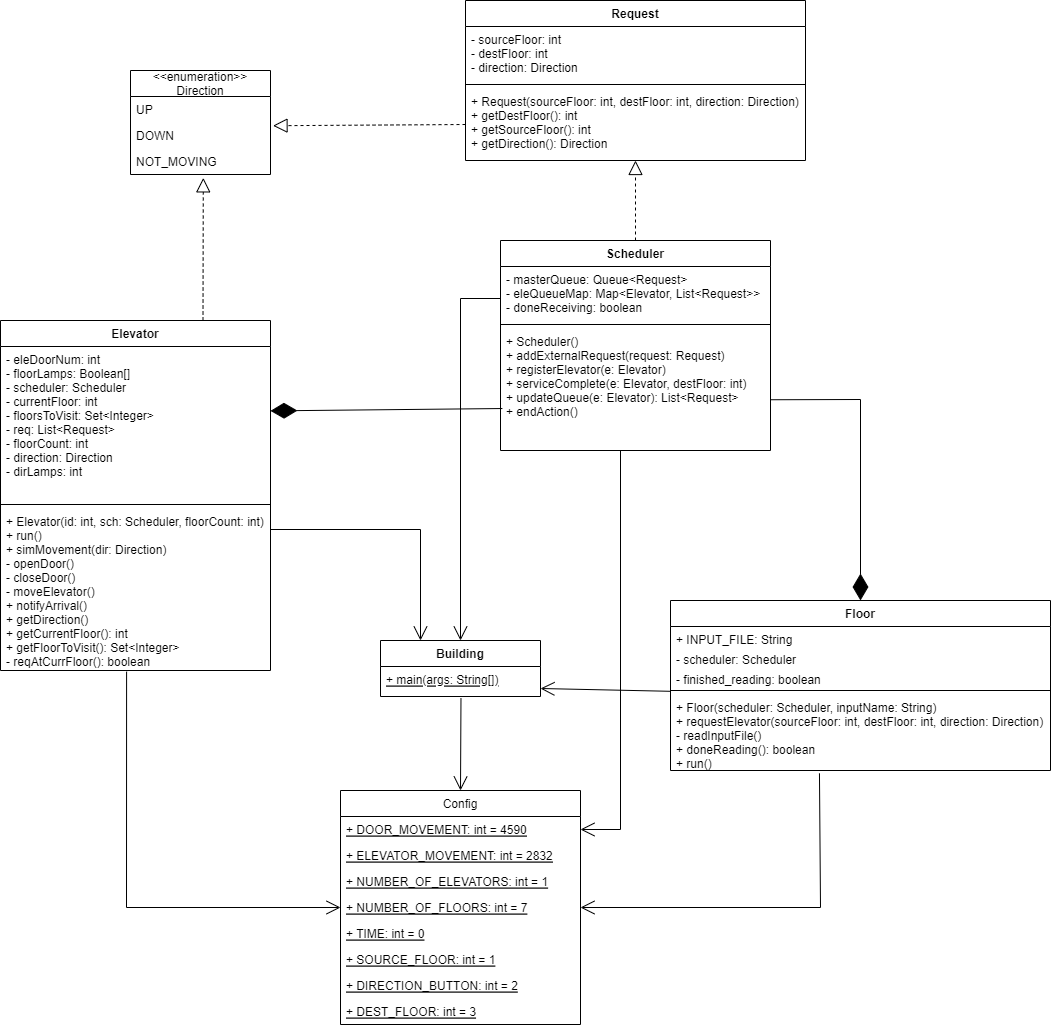
anthyang/SYSC3303A_Win22_Project keeps this draw.io diagram as Iteration_2/iteration2's UML.drawio.png. Above is the earlier version. Source tidied: cells renumbered, new cells last; positions are measured from the earlier drawing's top-left corner, leaving out a move shared by most shapes. Its diagram source:
```xml
<mxGraphModel>
  <root>
    <mxCell id="0" />
    <mxCell id="1" parent="0" />
    <mxCell id="2" value="Elevator" style="swimlane;fontStyle=1;align=center;verticalAlign=top;horizontal=1;startSize=26;" parent="1" vertex="1">
      <mxGeometry y="320" width="270" height="350" as="geometry" />
    </mxCell>
    <mxCell id="3" value="- eleDoorNum: int&#10;- floorLamps: Boolean[]&#10;- scheduler: Scheduler&#10;- currentFloor: int&#10;- floorsToVisit: Set&lt;Integer&gt;&#10;- req: List&lt;Request&gt;&#10;- floorCount: int&#10;- direction: Direction&#10;- dirLamps: int" style="text;strokeColor=none;fillColor=none;align=left;verticalAlign=top;spacingLeft=4;spacingRight=4;overflow=hidden;points=[[0,0.5],[1,0.5]];portConstraint=eastwest;" parent="2" vertex="1">
      <mxGeometry y="26" width="270" height="154" as="geometry" />
    </mxCell>
    <mxCell id="4" style="line;strokeWidth=1;fillColor=none;align=left;verticalAlign=middle;spacingTop=-1;spacingLeft=3;spacingRight=3;labelPosition=right;" parent="2" vertex="1">
      <mxGeometry y="180" width="270" height="8" as="geometry" />
    </mxCell>
    <mxCell id="5" value="+ Elevator(id: int, sch: Scheduler, floorCount: int)&#10;+ run()&#10;+ simMovement(dir: Direction)&#10;- openDoor()&#10;- closeDoor()&#10;- moveElevator()&#10;+ notifyArrival()&#10;+ getDirection()&#10;+ getCurrentFloor(): int&#10;+ getFloorToVisit(): Set&lt;Integer&gt;&#10;- reqAtCurrFloor(): boolean" style="text;strokeColor=none;fillColor=none;align=left;verticalAlign=top;spacingLeft=4;spacingRight=4;overflow=hidden;points=[[0,0.5],[1,0.5]];portConstraint=eastwest;" parent="2" vertex="1">
      <mxGeometry y="188" width="270" height="162" as="geometry" />
    </mxCell>
    <mxCell id="6" value="Floor" style="swimlane;fontStyle=1;align=center;verticalAlign=top;horizontal=1;startSize=26;" parent="1" vertex="1">
      <mxGeometry x="670" y="600" width="380" height="170" as="geometry" />
    </mxCell>
    <mxCell id="7" value="+ INPUT_FILE: String&#10;" style="text;strokeColor=none;fillColor=none;align=left;verticalAlign=top;spacingLeft=4;spacingRight=4;overflow=hidden;fontStyle=0;" parent="6" vertex="1">
      <mxGeometry y="26" width="380" height="20" as="geometry" />
    </mxCell>
    <mxCell id="8" value="- scheduler: Scheduler" style="text;strokeColor=none;fillColor=none;align=left;verticalAlign=top;spacingLeft=4;spacingRight=4;overflow=hidden;fontStyle=0;" parent="6" vertex="1">
      <mxGeometry y="46" width="380" height="20" as="geometry" />
    </mxCell>
    <mxCell id="9" value="- finished_reading: boolean" style="text;strokeColor=none;fillColor=none;align=left;verticalAlign=top;spacingLeft=4;spacingRight=4;overflow=hidden;fontStyle=0;" parent="6" vertex="1">
      <mxGeometry y="66" width="380" height="20" as="geometry" />
    </mxCell>
    <mxCell id="10" style="line;strokeWidth=1;fillColor=none;align=left;verticalAlign=middle;spacingTop=-1;spacingLeft=3;spacingRight=3;labelPosition=right;points=[];portConstraint=eastwest;" parent="6" vertex="1">
      <mxGeometry y="86" width="380" height="8" as="geometry" />
    </mxCell>
    <mxCell id="11" value="+ Floor(scheduler: Scheduler, inputName: String)&#10;+ requestElevator(sourceFloor: int, destFloor: int, direction: Direction)&#10;- readInputFile()&#10;+ doneReading(): boolean&#10;+ run()" style="text;strokeColor=none;fillColor=none;align=left;verticalAlign=top;spacingLeft=4;spacingRight=4;overflow=hidden;points=[[0,0.5],[1,0.5]];portConstraint=eastwest;" parent="6" vertex="1">
      <mxGeometry y="94" width="380" height="76" as="geometry" />
    </mxCell>
    <mxCell id="12" value="Scheduler" style="swimlane;fontStyle=1;align=center;verticalAlign=top;horizontal=1;startSize=26;" parent="1" vertex="1">
      <mxGeometry x="500" y="240" width="270" height="210" as="geometry" />
    </mxCell>
    <mxCell id="13" value="- masterQueue: Queue&lt;Request&gt;&#10;- eleQueueMap: Map&lt;Elevator, List&lt;Request&gt;&gt;&#10;- doneReceiving: boolean " style="text;strokeColor=none;fillColor=none;align=left;verticalAlign=top;spacingLeft=4;spacingRight=4;overflow=hidden;" parent="12" vertex="1">
      <mxGeometry y="26" width="270" height="54" as="geometry" />
    </mxCell>
    <mxCell id="14" style="line;strokeWidth=1;fillColor=none;align=left;verticalAlign=middle;spacingTop=-1;spacingLeft=3;spacingRight=3;labelPosition=right;" parent="12" vertex="1">
      <mxGeometry y="80" width="270" height="8" as="geometry" />
    </mxCell>
    <mxCell id="15" value="+ Scheduler()&#10;+ addExternalRequest(request: Request)&#10;+ registerElevator(e: Elevator)&#10;+ serviceComplete(e: Elevator, destFloor: int)&#10;+ updateQueue(e: Elevator): List&lt;Request&gt;&#10;+ endAction()" style="text;strokeColor=none;fillColor=none;align=left;verticalAlign=top;spacingLeft=4;spacingRight=4;overflow=hidden;points=[[0,0.5],[1,0.5]];portConstraint=eastwest;" parent="12" vertex="1">
      <mxGeometry y="88" width="270" height="122" as="geometry" />
    </mxCell>
    <mxCell id="16" value="Building" style="swimlane;fontStyle=1;align=center;verticalAlign=top;horizontal=1;startSize=26;" parent="1" vertex="1">
      <mxGeometry x="380" y="640" width="160" height="56" as="geometry" />
    </mxCell>
    <mxCell id="17" value="+ main(args: String[])" style="text;strokeColor=none;fillColor=none;align=left;verticalAlign=top;spacingLeft=4;spacingRight=4;overflow=hidden;points=[[0,0.5],[1,0.5]];portConstraint=eastwest;fontStyle=4;" parent="16" vertex="1">
      <mxGeometry y="26" width="160" height="30" as="geometry" />
    </mxCell>
    <mxCell id="18" value="&lt;&lt;enumeration&gt;&gt;&#10;Direction" style="swimlane;fontStyle=0;horizontal=1;startSize=26;fillColor=none;" parent="1" vertex="1">
      <mxGeometry x="130" y="70" width="140" height="104" as="geometry" />
    </mxCell>
    <mxCell id="19" value="UP" style="text;strokeColor=none;fillColor=none;align=left;verticalAlign=top;spacingLeft=4;spacingRight=4;overflow=hidden;" parent="18" vertex="1">
      <mxGeometry y="26" width="140" height="26" as="geometry" />
    </mxCell>
    <mxCell id="20" value="DOWN" style="text;strokeColor=none;fillColor=none;align=left;verticalAlign=top;spacingLeft=4;spacingRight=4;overflow=hidden;points=[[0,0.5],[1,0.5]];portConstraint=eastwest;" parent="18" vertex="1">
      <mxGeometry y="52" width="140" height="26" as="geometry" />
    </mxCell>
    <mxCell id="21" value="NOT_MOVING" style="text;strokeColor=none;fillColor=none;align=left;verticalAlign=top;spacingLeft=4;spacingRight=4;overflow=hidden;points=[[0,0.5],[1,0.5]];portConstraint=eastwest;" parent="18" vertex="1">
      <mxGeometry y="78" width="140" height="26" as="geometry" />
    </mxCell>
    <mxCell id="22" style="endArrow=block;dashed=1;endFill=0;endSize=12;html=1;rounded=0;exitX=0.5;exitY=0;exitDx=0;exitDy=0;" parent="1" edge="1" source="12" target="23">
      <mxGeometry relative="1" as="geometry" />
    </mxCell>
    <mxCell id="23" value="Request" style="swimlane;fontStyle=1;align=center;verticalAlign=top;horizontal=1;startSize=26;" parent="1" vertex="1">
      <mxGeometry x="465" width="340" height="160" as="geometry" />
    </mxCell>
    <mxCell id="24" value="- sourceFloor: int&#10;- destFloor: int&#10;- direction: Direction" style="text;strokeColor=none;fillColor=none;align=left;verticalAlign=top;spacingLeft=4;spacingRight=4;overflow=hidden;" parent="23" vertex="1">
      <mxGeometry y="26" width="340" height="54" as="geometry" />
    </mxCell>
    <mxCell id="25" style="line;strokeWidth=1;fillColor=none;align=left;verticalAlign=middle;spacingTop=-1;spacingLeft=3;spacingRight=3;labelPosition=right;" parent="23" vertex="1">
      <mxGeometry y="80" width="340" height="8" as="geometry" />
    </mxCell>
    <mxCell id="26" value="+ Request(sourceFloor: int, destFloor: int, direction: Direction)&#10;+ getDestFloor(): int&#10;+ getSourceFloor(): int&#10;+ getDirection(): Direction" style="text;strokeColor=none;fillColor=none;align=left;verticalAlign=top;spacingLeft=4;spacingRight=4;overflow=hidden;points=[[0,0.5],[1,0.5]];portConstraint=eastwest;" parent="23" vertex="1">
      <mxGeometry y="88" width="340" height="72" as="geometry" />
    </mxCell>
    <mxCell id="27" style="endArrow=block;dashed=1;endFill=0;endSize=12;html=1;rounded=0;exitX=0;exitY=0.5;exitDx=0;exitDy=0;entryX=1.018;entryY=0.124;entryDx=0;entryDy=0;entryPerimeter=0;" parent="1" edge="1" source="26" target="20">
      <mxGeometry relative="1" as="geometry" />
    </mxCell>
    <mxCell id="28" style="endArrow=block;dashed=1;endFill=0;endSize=12;html=1;rounded=0;exitX=0.75;exitY=0;exitDx=0;exitDy=0;entryX=0.52;entryY=1.129;entryDx=0;entryDy=0;entryPerimeter=0;" parent="1" edge="1" source="2" target="21">
      <mxGeometry relative="1" as="geometry" />
    </mxCell>
    <mxCell id="29" style="endArrow=diamondThin;endFill=1;endSize=24;html=1;rounded=0;exitX=0.007;exitY=0.656;exitDx=0;exitDy=0;exitPerimeter=0;entryX=1;entryY=0.418;entryDx=0;entryDy=0;entryPerimeter=0;" parent="1" edge="1" source="15" target="3">
      <mxGeometry relative="1" as="geometry" />
    </mxCell>
    <mxCell id="30" style="endArrow=diamondThin;endFill=1;endSize=24;html=1;rounded=0;exitX=1;exitY=0.584;exitDx=0;exitDy=0;entryX=0.5;entryY=0;entryDx=0;entryDy=0;exitPerimeter=0;" parent="1" edge="1" source="15" target="6">
      <mxGeometry relative="1" as="geometry">
        <Array as="points">
          <mxPoint x="860" y="399" />
        </Array>
      </mxGeometry>
    </mxCell>
    <mxCell id="31" style="endArrow=open;endFill=1;endSize=12;html=1;rounded=0;exitX=0;exitY=0.6;exitDx=0;exitDy=0;entryX=1;entryY=0.5;entryDx=0;entryDy=0;exitPerimeter=0;" parent="1" edge="1" source="10">
      <mxGeometry relative="1" as="geometry">
        <mxPoint x="540" y="688" as="targetPoint" />
      </mxGeometry>
    </mxCell>
    <mxCell id="32" style="endArrow=open;endFill=1;endSize=12;html=1;rounded=0;entryX=0.25;entryY=0;entryDx=0;entryDy=0;" parent="1" edge="1" target="16">
      <mxGeometry relative="1" as="geometry">
        <mxPoint x="270" y="529" as="sourcePoint" />
        <Array as="points">
          <mxPoint x="420" y="529" />
        </Array>
      </mxGeometry>
    </mxCell>
    <mxCell id="33" style="endArrow=open;endFill=1;endSize=12;html=1;rounded=0;entryX=0.5;entryY=0;entryDx=0;entryDy=0;" parent="1" edge="1" target="16">
      <mxGeometry relative="1" as="geometry">
        <mxPoint x="500" y="298" as="sourcePoint" />
        <Array as="points">
          <mxPoint x="460" y="298" />
        </Array>
      </mxGeometry>
    </mxCell>
    <mxCell id="34" value="Config" style="swimlane;fontStyle=0;horizontal=1;startSize=26;fillColor=none;" parent="1" vertex="1">
      <mxGeometry x="340" y="790" width="240" height="234" as="geometry" />
    </mxCell>
    <mxCell id="35" value="+ DOOR_MOVEMENT: int = 4590" style="text;strokeColor=none;fillColor=none;align=left;verticalAlign=top;spacingLeft=4;spacingRight=4;overflow=hidden;points=[[0,0.5],[1,0.5]];portConstraint=eastwest;fontStyle=4;" parent="34" vertex="1">
      <mxGeometry y="26" width="240" height="26" as="geometry" />
    </mxCell>
    <mxCell id="36" value="+ ELEVATOR_MOVEMENT: int = 2832" style="text;strokeColor=none;fillColor=none;align=left;verticalAlign=top;spacingLeft=4;spacingRight=4;overflow=hidden;fontStyle=4;" parent="34" vertex="1">
      <mxGeometry y="52" width="240" height="26" as="geometry" />
    </mxCell>
    <mxCell id="37" value="+ NUMBER_OF_ELEVATORS: int = 1" style="text;strokeColor=none;fillColor=none;align=left;verticalAlign=top;spacingLeft=4;spacingRight=4;overflow=hidden;fontStyle=4;" parent="34" vertex="1">
      <mxGeometry y="78" width="240" height="26" as="geometry" />
    </mxCell>
    <mxCell id="38" value="+ NUMBER_OF_FLOORS: int = 7" style="text;strokeColor=none;fillColor=none;align=left;verticalAlign=top;spacingLeft=4;spacingRight=4;overflow=hidden;points=[[0,0.5],[1,0.5]];portConstraint=eastwest;fontStyle=4;" parent="34" vertex="1">
      <mxGeometry y="104" width="240" height="26" as="geometry" />
    </mxCell>
    <mxCell id="39" value="+ TIME: int = 0" style="text;strokeColor=none;fillColor=none;align=left;verticalAlign=top;spacingLeft=4;spacingRight=4;overflow=hidden;fontStyle=4;" parent="34" vertex="1">
      <mxGeometry y="130" width="240" height="26" as="geometry" />
    </mxCell>
    <mxCell id="40" value="+ SOURCE_FLOOR: int = 1" style="text;strokeColor=none;fillColor=none;align=left;verticalAlign=top;spacingLeft=4;spacingRight=4;overflow=hidden;fontStyle=4;" parent="34" vertex="1">
      <mxGeometry y="156" width="240" height="26" as="geometry" />
    </mxCell>
    <mxCell id="41" value="+ DIRECTION_BUTTON: int = 2" style="text;strokeColor=none;fillColor=none;align=left;verticalAlign=top;spacingLeft=4;spacingRight=4;overflow=hidden;fontStyle=4;" parent="34" vertex="1">
      <mxGeometry y="182" width="240" height="26" as="geometry" />
    </mxCell>
    <mxCell id="42" value="+ DEST_FLOOR: int = 3" style="text;strokeColor=none;fillColor=none;align=left;verticalAlign=top;spacingLeft=4;spacingRight=4;overflow=hidden;fontStyle=4;" parent="34" vertex="1">
      <mxGeometry y="208" width="240" height="26" as="geometry" />
    </mxCell>
    <mxCell id="43" style="endArrow=open;endFill=1;endSize=12;html=1;rounded=0;entryX=0.5;entryY=0;entryDx=0;entryDy=0;exitX=0.503;exitY=1.053;exitDx=0;exitDy=0;exitPerimeter=0;" parent="1" edge="1" source="17" target="34">
      <mxGeometry relative="1" as="geometry" />
    </mxCell>
    <mxCell id="44" style="endArrow=open;endFill=1;endSize=12;html=1;rounded=0;exitX=0.467;exitY=1.007;exitDx=0;exitDy=0;exitPerimeter=0;entryX=0;entryY=0.5;entryDx=0;entryDy=0;" parent="1" edge="1" source="5" target="38">
      <mxGeometry relative="1" as="geometry">
        <Array as="points">
          <mxPoint x="126" y="907" />
        </Array>
      </mxGeometry>
    </mxCell>
    <mxCell id="45" style="endArrow=open;endFill=1;endSize=12;html=1;rounded=0;exitX=0.392;exitY=1.037;exitDx=0;exitDy=0;exitPerimeter=0;entryX=1;entryY=0.5;entryDx=0;entryDy=0;" parent="1" edge="1" source="11" target="38">
      <mxGeometry relative="1" as="geometry">
        <Array as="points">
          <mxPoint x="820" y="907" />
        </Array>
      </mxGeometry>
    </mxCell>
    <mxCell id="46" style="endArrow=open;endFill=1;endSize=12;html=1;rounded=0;entryX=1;entryY=0.5;entryDx=0;entryDy=0;" parent="1" edge="1" target="35">
      <mxGeometry relative="1" as="geometry">
        <mxPoint x="620" y="450" as="sourcePoint" />
        <Array as="points">
          <mxPoint x="620" y="829" />
        </Array>
      </mxGeometry>
    </mxCell>
  </root>
</mxGraphModel>
```
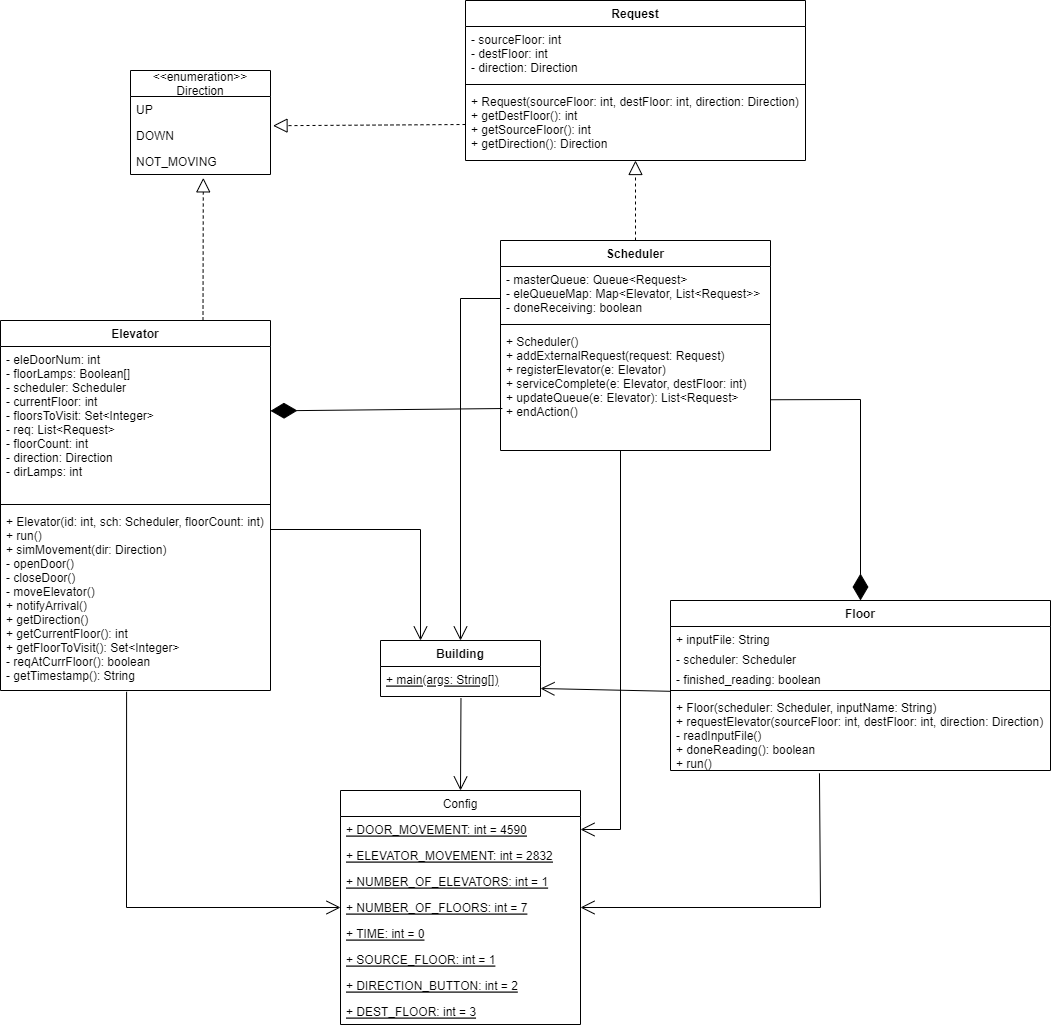
The same diagram one commit later.

What changed in the source:
```diff
@@ -3,7 +3,7 @@
     <mxCell id="0" />
     <mxCell id="1" parent="0" />
     <mxCell id="2" value="Elevator" style="swimlane;fontStyle=1;align=center;verticalAlign=top;horizontal=1;startSize=26;" parent="1" vertex="1">
-      <mxGeometry y="320" width="270" height="350" as="geometry" />
+      <mxGeometry y="320" width="270" height="370" as="geometry" />
     </mxCell>
     <mxCell id="3" value="- eleDoorNum: int&#10;- floorLamps: Boolean[]&#10;- scheduler: Scheduler&#10;- currentFloor: int&#10;- floorsToVisit: Set&lt;Integer&gt;&#10;- req: List&lt;Request&gt;&#10;- floorCount: int&#10;- direction: Direction&#10;- dirLamps: int" style="text;strokeColor=none;fillColor=none;align=left;verticalAlign=top;spacingLeft=4;spacingRight=4;overflow=hidden;points=[[0,0.5],[1,0.5]];portConstraint=eastwest;" parent="2" vertex="1">
       <mxGeometry y="26" width="270" height="154" as="geometry" />
@@ -11,13 +11,13 @@
     <mxCell id="4" style="line;strokeWidth=1;fillColor=none;align=left;verticalAlign=middle;spacingTop=-1;spacingLeft=3;spacingRight=3;labelPosition=right;" parent="2" vertex="1">
       <mxGeometry y="180" width="270" height="8" as="geometry" />
     </mxCell>
-    <mxCell id="5" value="+ Elevator(id: int, sch: Scheduler, floorCount: int)&#10;+ run()&#10;+ simMovement(dir: Direction)&#10;- openDoor()&#10;- closeDoor()&#10;- moveElevator()&#10;+ notifyArrival()&#10;+ getDirection()&#10;+ getCurrentFloor(): int&#10;+ getFloorToVisit(): Set&lt;Integer&gt;&#10;- reqAtCurrFloor(): boolean" style="text;strokeColor=none;fillColor=none;align=left;verticalAlign=top;spacingLeft=4;spacingRight=4;overflow=hidden;points=[[0,0.5],[1,0.5]];portConstraint=eastwest;" parent="2" vertex="1">
-      <mxGeometry y="188" width="270" height="162" as="geometry" />
+    <mxCell id="5" value="+ Elevator(id: int, sch: Scheduler, floorCount: int)&#10;+ run()&#10;+ simMovement(dir: Direction)&#10;- openDoor()&#10;- closeDoor()&#10;- moveElevator()&#10;+ notifyArrival()&#10;+ getDirection()&#10;+ getCurrentFloor(): int&#10;+ getFloorToVisit(): Set&lt;Integer&gt;&#10;- reqAtCurrFloor(): boolean&#10;- getTimestamp(): String" style="text;strokeColor=none;fillColor=none;align=left;verticalAlign=top;spacingLeft=4;spacingRight=4;overflow=hidden;points=[[0,0.5],[1,0.5]];portConstraint=eastwest;" parent="2" vertex="1">
+      <mxGeometry y="188" width="270" height="182" as="geometry" />
     </mxCell>
     <mxCell id="6" value="Floor" style="swimlane;fontStyle=1;align=center;verticalAlign=top;horizontal=1;startSize=26;" parent="1" vertex="1">
       <mxGeometry x="670" y="600" width="380" height="170" as="geometry" />
     </mxCell>
-    <mxCell id="7" value="+ INPUT_FILE: String&#10;" style="text;strokeColor=none;fillColor=none;align=left;verticalAlign=top;spacingLeft=4;spacingRight=4;overflow=hidden;fontStyle=0;" parent="6" vertex="1">
+    <mxCell id="7" value="+ inputFile: String&#10;" style="text;strokeColor=none;fillColor=none;align=left;verticalAlign=top;spacingLeft=4;spacingRight=4;overflow=hidden;fontStyle=0;" parent="6" vertex="1">
       <mxGeometry y="26" width="380" height="20" as="geometry" />
     </mxCell>
     <mxCell id="8" value="- scheduler: Scheduler" style="text;strokeColor=none;fillColor=none;align=left;verticalAlign=top;spacingLeft=4;spacingRight=4;overflow=hidden;fontStyle=0;" parent="6" vertex="1">
```
